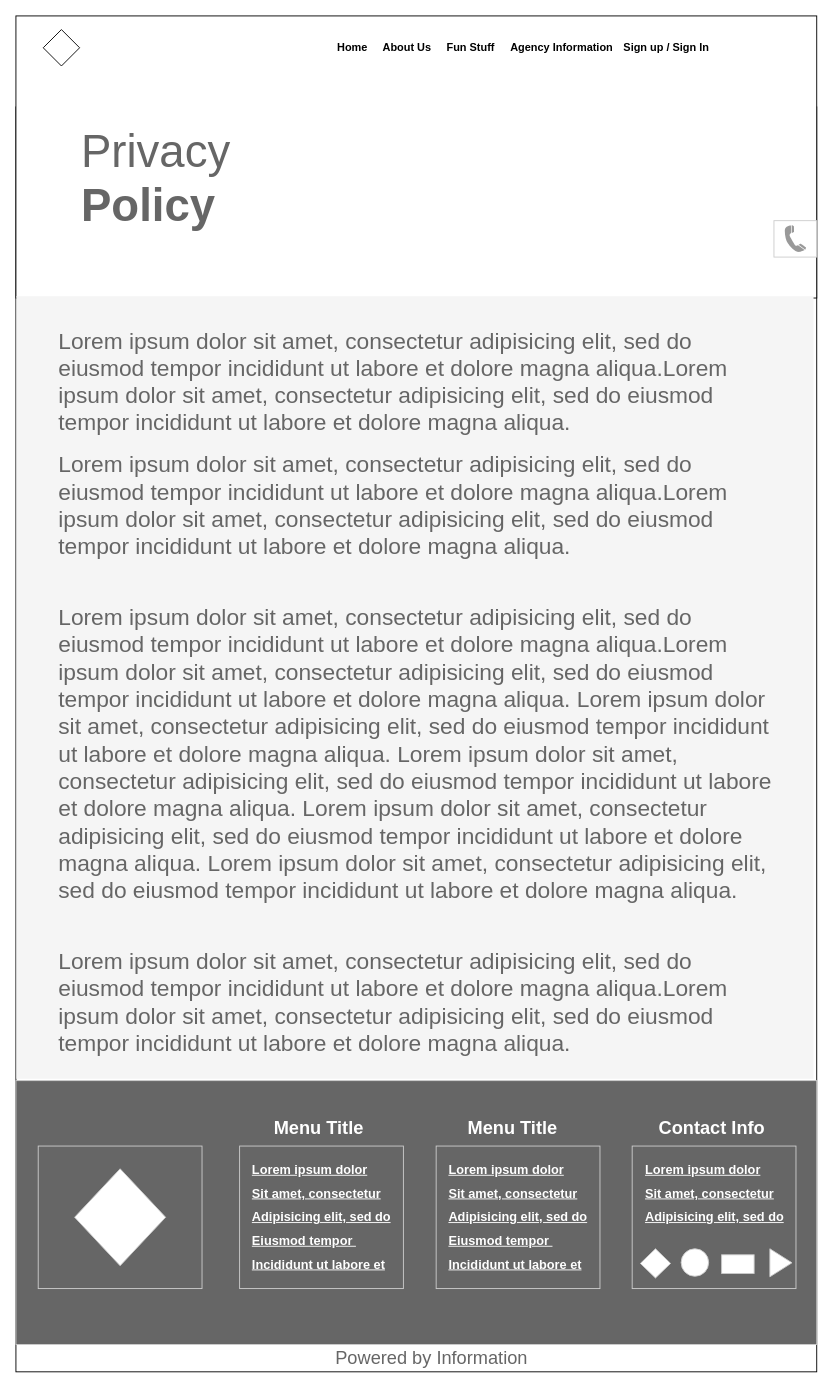
yish-mael/project-ace-wireframes keeps this draw.io diagram as page "Privacy Policy Desktop Screen" (9 of 56) of ProjectAce.drawio. Above is the earlier version. Source tidied: cells renumbered, new cells numbered last; positions are measured from the earlier drawing's top-left corner, leaving out a move shared by most shapes. Both pictures are drawn from the tidied source at 91%, with x=0, y=0 at pixel (15, 15).
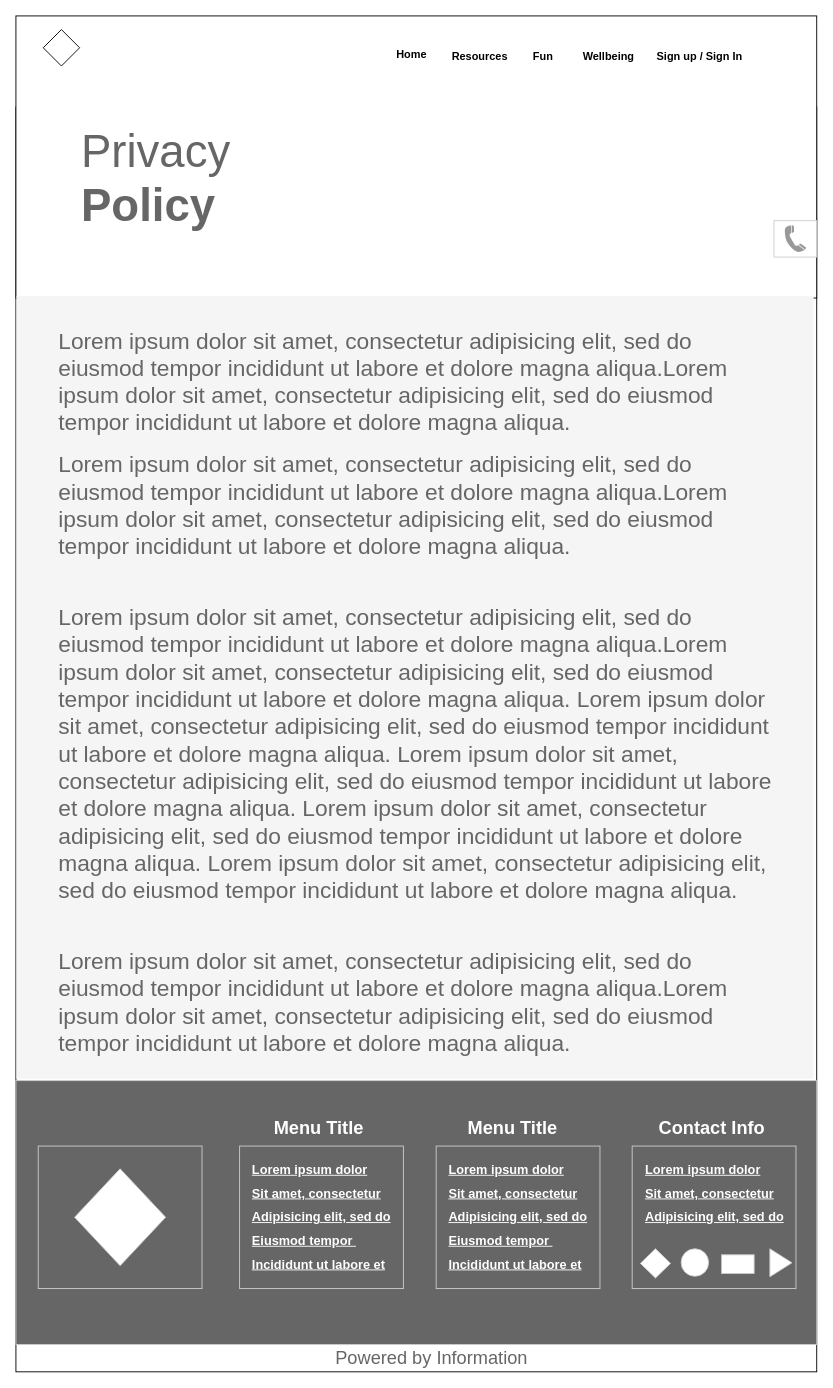
The same diagram, later.

Unchanged cells that the change refers to:
```xml
<mxCell id="7" style="group;" parent="6" vertex="1">
  <mxGeometry width="880" height="1490" as="geometry" />
</mxCell>
```

Change to the diagram source:
```diff
@@
-    <mxCell id="11" style="group;fontStyle=1;" parent="7" vertex="1">
-      <mxGeometry x="350" y="25" width="420" height="20" as="geometry" />
-    </mxCell>
-    <mxCell id="12" value="&lt;b&gt;Home&lt;/b&gt;" style="text;html=1;strokeColor=none;fillColor=none;align=center;verticalAlign=middle;whiteSpace=wrap;rounded=0;" parent="11" vertex="1">
-      <mxGeometry width="40" height="20" as="geometry" />
-    </mxCell>
-    <mxCell id="13" value="&lt;b&gt;About Us&lt;/b&gt;" style="text;html=1;strokeColor=none;fillColor=none;align=center;verticalAlign=middle;whiteSpace=wrap;rounded=0;" parent="11" vertex="1">
-      <mxGeometry x="50" width="60" height="20" as="geometry" />
-    </mxCell>
-    <mxCell id="14" value="&lt;b&gt;Agency Information&lt;/b&gt;" style="text;html=1;strokeColor=none;fillColor=none;align=center;verticalAlign=middle;whiteSpace=wrap;rounded=0;" parent="11" vertex="1">
-      <mxGeometry x="190" width="120" height="20" as="geometry" />
-    </mxCell>
-    <mxCell id="15" value="&lt;b&gt;Sign up / Sign In&lt;/b&gt;" style="text;html=1;strokeColor=none;fillColor=none;align=center;verticalAlign=middle;whiteSpace=wrap;rounded=0;" parent="11" vertex="1">
-      <mxGeometry x="310" width="110" height="20" as="geometry" />
-    </mxCell>
-    <mxCell id="16" value="Fun Stuff" style="text;html=1;strokeColor=none;fillColor=none;align=center;verticalAlign=middle;whiteSpace=wrap;rounded=0;fontStyle=1;" parent="11" vertex="1">
-      <mxGeometry x="120" width="60" height="20" as="geometry" />
-    </mxCell>
-    <mxCell id="17" style="edgeStyle=orthogonalEdgeStyle;rounded=0;orthogonalLoop=1;jettySize=auto;html=1;exitX=0.5;exitY=1;exitDx=0;exitDy=0;" parent="11" edge="1" source="16" target="16">
-      <mxGeometry relative="1" as="geometry" />
-    </mxCell>
@@
+    <mxCell id="42" style="group;" parent="7" vertex="1">
+      <mxGeometry x="669.7" y="35.4" width="163.3" height="19.6" as="geometry" />
+    </mxCell>
+    <mxCell id="15" value="&lt;b&gt;Sign up / Sign In&lt;/b&gt;" style="text;html=1;strokeColor=none;fillColor=none;align=center;verticalAlign=middle;whiteSpace=wrap;rounded=0;" parent="42" vertex="1">
+      <mxGeometry width="163.3" height="19.6" as="geometry" />
+    </mxCell>
+    <mxCell id="43" value="&lt;b&gt;Wellbeing&lt;/b&gt;" style="text;html=1;strokeColor=none;fillColor=none;align=center;verticalAlign=middle;whiteSpace=wrap;rounded=0;" parent="7" vertex="1">
+      <mxGeometry x="616.1" y="35.4" width="71.4" height="19.6" as="geometry" />
+    </mxCell>
+    <mxCell id="44" value="Fun" style="text;html=1;strokeColor=none;fillColor=none;align=center;verticalAlign=middle;whiteSpace=wrap;rounded=0;fontStyle=1;" parent="7" vertex="1">
+      <mxGeometry x="543.2" y="35.4" width="72.9" height="19.6" as="geometry" />
+    </mxCell>
+    <mxCell id="45" value="&lt;b&gt;Resources&lt;/b&gt;" style="text;html=1;strokeColor=none;fillColor=none;align=center;verticalAlign=middle;whiteSpace=wrap;rounded=0;" parent="7" vertex="1">
+      <mxGeometry x="482.6" y="35.4" width="53.5" height="19.6" as="geometry" />
+    </mxCell>
+    <mxCell id="12" value="&lt;b&gt;Home&lt;/b&gt;" style="text;html=1;strokeColor=none;fillColor=none;align=center;verticalAlign=middle;whiteSpace=wrap;rounded=0;" parent="7" vertex="1">
+      <mxGeometry x="416.6" y="32.8" width="35.7" height="19.6" as="geometry" />
+    </mxCell>
```
